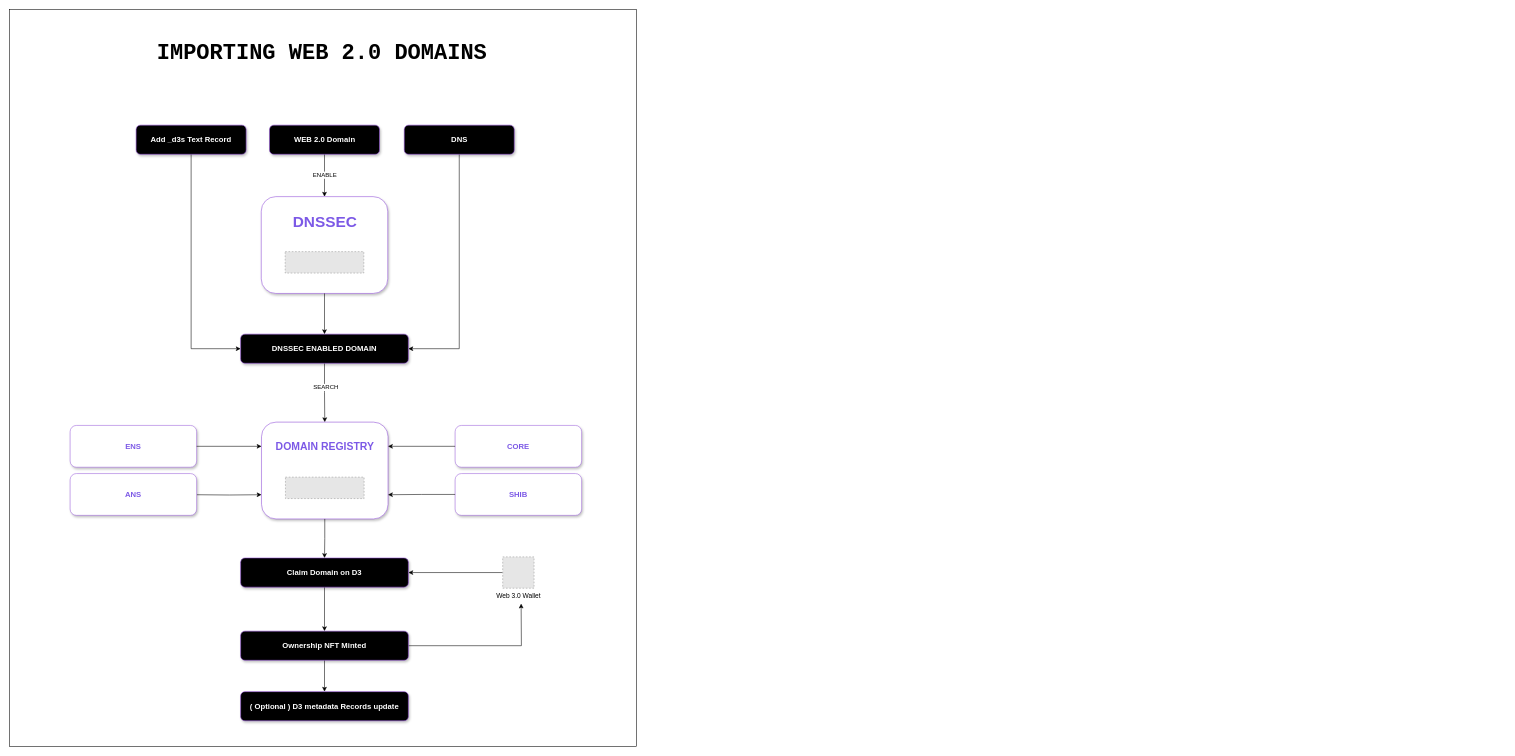
Earlier version of the draw.io diagram D2-flowcharts.drawio (ali-05-ahmed/Concept-Diagrams). Source tidied: cells renumbered, new cells numbered last; positions are measured from the earlier drawing's top-left corner, leaving out a move shared by most shapes. Both pictures are drawn from the tidied source at 55%, with x=0, y=0 at pixel (9, 9). Pictures stored in the file or linked from it are replaced by grey dashed boxes.
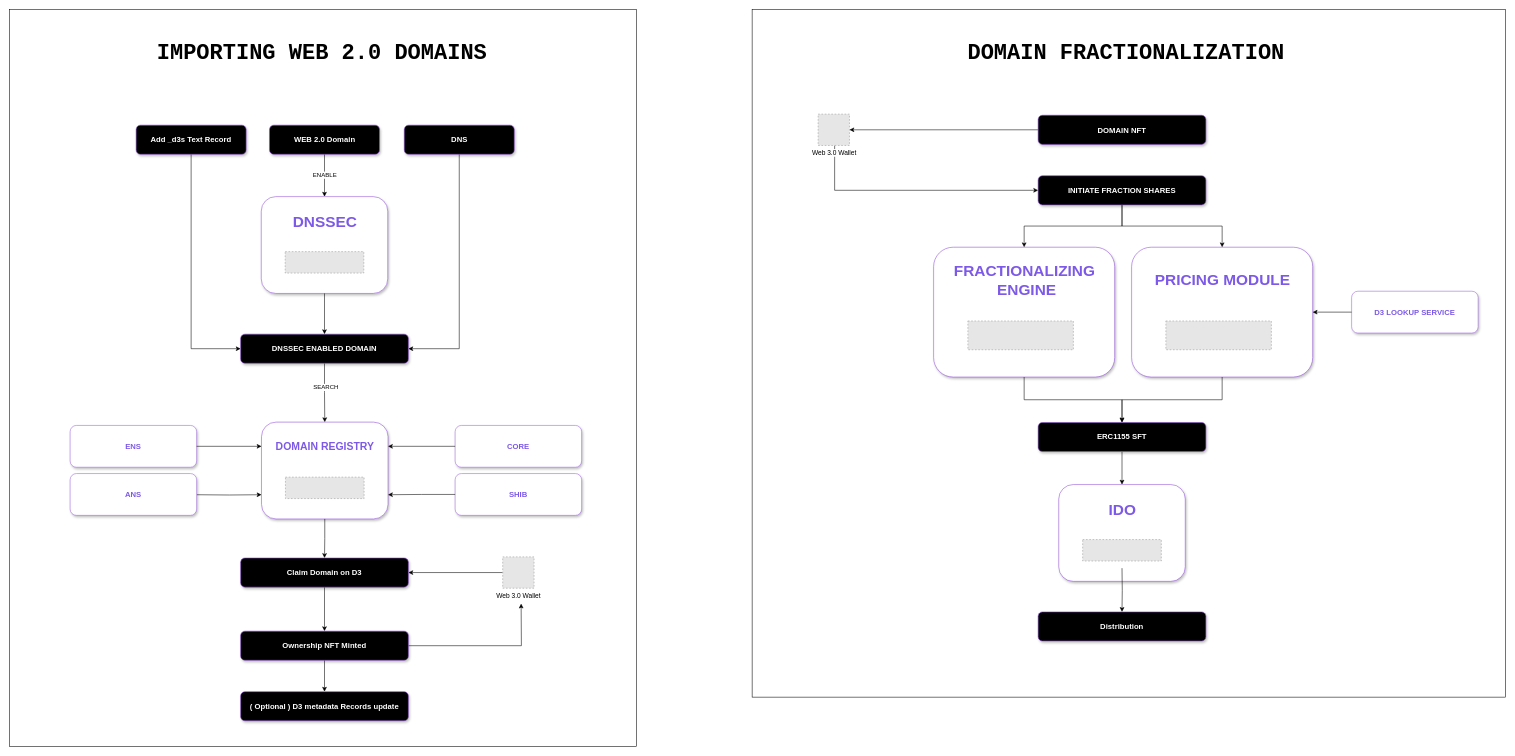
The same diagram, later.

The edit, as a diff of the source:
```diff
@@
+    <mxCell id="44" style="rounded=0;whiteSpace=wrap;html=1;" parent="1" vertex="1">
+      <mxGeometry x="1350" width="1370" height="1250" as="geometry" />
+    </mxCell>
@@
+    <mxCell id="45" style="group;fillColor=none;strokeColor=none;" parent="1" vertex="1">
+      <mxGeometry x="1680" y="432" width="365" height="236" as="geometry" />
+    </mxCell>
+    <mxCell id="46" style="rounded=1;whiteSpace=wrap;html=1;fillColor=default;strokeColor=light-dark(#924ddb, #ededed);labelBorderColor=none;fontColor=#FFFFFF;shadow=1;gradientColor=none;" parent="45" vertex="1">
+      <mxGeometry width="329.2" height="236" as="geometry" />
+    </mxCell>
+    <mxCell id="47" value="&lt;font style=&quot;font-size: 28px; color: light-dark(rgb(124, 89, 230), rgb(237, 237, 237));&quot;&gt;&lt;b&gt;FRACTIONALIZING&lt;br&gt;&amp;nbsp;ENGINE&lt;/b&gt;&lt;/font&gt;" style="text;html=1;align=center;verticalAlign=middle;strokeColor=none;fillColor=none;" parent="45" vertex="1">
+      <mxGeometry x="24.6" y="20" width="280" height="80" as="geometry" />
+    </mxCell>
+    <mxCell id="48" style="fillColor=#E6E6E6;strokeColor=#999999;dashed=1;verticalLabelPosition=bottom;labelBackgroundColor=default;verticalAlign=top;" parent="45" vertex="1">
+      <mxGeometry x="62.3" y="134.1" width="191.8" height="52.3" as="geometry" />
+    </mxCell>
+    <mxCell id="49" style="edgeStyle=orthogonalEdgeStyle;rounded=0;jettySize=auto;html=1;entryX=0;entryY=0.5;entryDx=0;entryDy=0;" parent="1" edge="1" source="50" target="59">
+      <mxGeometry relative="1" as="geometry">
+        <Array as="points">
+          <mxPoint x="1500" y="329" />
+        </Array>
+      </mxGeometry>
+    </mxCell>
+    <mxCell id="50" value="Web 3.0 Wallet" style="fillColor=#E6E6E6;strokeColor=#999999;dashed=1;html=1;verticalAlign=top;verticalLabelPosition=bottom;labelBackgroundColor=#ffffff;" parent="1" vertex="1">
+      <mxGeometry x="1470" y="190" width="57" height="57" as="geometry" />
+    </mxCell>
+    <mxCell id="51" style="edgeStyle=orthogonalEdgeStyle;rounded=0;jettySize=auto;html=1;entryX=1;entryY=0.5;entryDx=0;entryDy=0;" parent="1" edge="1" source="52" target="50">
+      <mxGeometry relative="1" as="geometry" />
+    </mxCell>
+    <mxCell id="52" value="&lt;font style=&quot;font-size: 14px;&quot;&gt;&lt;b&gt;DOMAIN NFT&lt;/b&gt;&lt;/font&gt;" style="rounded=1;whiteSpace=wrap;html=1;gradientColor=light-dark(#924ddb, #ededed);fillColor=light-dark(#6865f0, #ededed);fontColor=#FFFFFF;shadow=1;strokeColor=light-dark(#934dda, #ededed);gradientDirection=west;" parent="1" vertex="1">
+      <mxGeometry x="1870" y="192" width="305" height="53" as="geometry" />
+    </mxCell>
+    <mxCell id="53" style="group;fillColor=none;strokeColor=none;" parent="1" vertex="1">
+      <mxGeometry x="2040" y="432" width="365" height="236" as="geometry" />
+    </mxCell>
+    <mxCell id="54" style="rounded=1;whiteSpace=wrap;html=1;fillColor=default;strokeColor=light-dark(#924ddb, #ededed);labelBorderColor=none;fontColor=#FFFFFF;shadow=1;gradientColor=none;" parent="53" vertex="1">
+      <mxGeometry width="329.2" height="236" as="geometry" />
+    </mxCell>
+    <mxCell id="55" value="&lt;font color=&quot;#7c59e6&quot;&gt;&lt;span style=&quot;font-size: 28px;&quot;&gt;&lt;b&gt;PRICING MODULE&lt;/b&gt;&lt;/span&gt;&lt;/font&gt;" style="text;html=1;align=center;verticalAlign=middle;strokeColor=none;fillColor=none;" parent="53" vertex="1">
+      <mxGeometry x="29.6" y="35" width="270" height="50" as="geometry" />
+    </mxCell>
+    <mxCell id="56" style="fillColor=#E6E6E6;strokeColor=#999999;dashed=1;verticalLabelPosition=bottom;labelBackgroundColor=default;verticalAlign=top;" parent="53" vertex="1">
+      <mxGeometry x="62.3" y="134.1" width="191.8" height="52.3" as="geometry" />
+    </mxCell>
+    <mxCell id="57" style="edgeStyle=orthogonalEdgeStyle;rounded=0;jettySize=auto;html=1;entryX=0.5;entryY=0;entryDx=0;entryDy=0;" parent="1" edge="1" source="59" target="46">
+      <mxGeometry relative="1" as="geometry" />
+    </mxCell>
+    <mxCell id="58" style="edgeStyle=orthogonalEdgeStyle;rounded=0;jettySize=auto;html=1;" parent="1" edge="1" source="59" target="54">
+      <mxGeometry relative="1" as="geometry" />
+    </mxCell>
+    <mxCell id="59" value="&lt;font style=&quot;font-size: 14px;&quot;&gt;&lt;b&gt;INITIATE FRACTION SHARES&lt;/b&gt;&lt;/font&gt;" style="rounded=1;whiteSpace=wrap;html=1;gradientColor=light-dark(#924ddb, #ededed);fillColor=light-dark(#6865f0, #ededed);fontColor=#FFFFFF;shadow=1;strokeColor=light-dark(#934dda, #ededed);gradientDirection=west;" parent="1" vertex="1">
+      <mxGeometry x="1870" y="302" width="305" height="53" as="geometry" />
+    </mxCell>
+    <mxCell id="60" style="edgeStyle=orthogonalEdgeStyle;rounded=0;jettySize=auto;html=1;entryX=0.5;entryY=0;entryDx=0;entryDy=0;" parent="1" edge="1" source="61" target="65">
+      <mxGeometry relative="1" as="geometry" />
+    </mxCell>
+    <mxCell id="61" value="&lt;font style=&quot;font-size: 14px;&quot;&gt;&lt;b&gt;ERC1155 SFT&lt;/b&gt;&lt;/font&gt;" style="rounded=1;whiteSpace=wrap;html=1;gradientColor=light-dark(#924ddb, #ededed);fillColor=light-dark(#6865f0, #ededed);fontColor=#FFFFFF;shadow=1;strokeColor=light-dark(#934dda, #ededed);gradientDirection=west;" parent="1" vertex="1">
+      <mxGeometry x="1870" y="750.5" width="305" height="53" as="geometry" />
+    </mxCell>
+    <mxCell id="62" style="edgeStyle=orthogonalEdgeStyle;rounded=0;jettySize=auto;html=1;" parent="1" edge="1" source="54" target="61">
+      <mxGeometry relative="1" as="geometry" />
+    </mxCell>
+    <mxCell id="63" style="edgeStyle=orthogonalEdgeStyle;rounded=0;jettySize=auto;html=1;" parent="1" edge="1" source="46" target="61">
+      <mxGeometry relative="1" as="geometry" />
+    </mxCell>
+    <mxCell id="64" style="group;fillColor=none;strokeColor=none;" parent="1" vertex="1">
+      <mxGeometry x="1907.5" y="863.5" width="230" height="176" as="geometry" />
+    </mxCell>
+    <mxCell id="65" style="rounded=1;whiteSpace=wrap;html=1;fillColor=default;strokeColor=light-dark(#924ddb, #ededed);labelBorderColor=none;fontColor=#FFFFFF;shadow=1;gradientColor=none;" parent="64" vertex="1">
+      <mxGeometry width="230" height="176" as="geometry" />
+    </mxCell>
+    <mxCell id="66" value="&lt;font style=&quot;font-size: 28px; color: light-dark(rgb(124, 89, 230), rgb(237, 237, 237));&quot;&gt;&lt;b&gt;IDO&lt;/b&gt;&lt;/font&gt;" style="text;html=1;align=center;verticalAlign=middle;strokeColor=none;fillColor=none;" parent="64" vertex="1">
+      <mxGeometry x="80" y="20" width="70" height="50" as="geometry" />
+    </mxCell>
+    <mxCell id="67" style="fillColor=#E6E6E6;strokeColor=#999999;dashed=1;verticalLabelPosition=bottom;labelBackgroundColor=default;verticalAlign=top;" parent="64" vertex="1">
+      <mxGeometry x="43.5" y="100" width="143" height="39" as="geometry" />
+    </mxCell>
+    <mxCell id="68" value="&lt;font style=&quot;font-size: 14px;&quot;&gt;&lt;b&gt;Distribution&lt;/b&gt;&lt;/font&gt;" style="rounded=1;whiteSpace=wrap;html=1;gradientColor=light-dark(#924ddb, #ededed);fillColor=light-dark(#6865f0, #ededed);fontColor=#FFFFFF;shadow=1;strokeColor=light-dark(#934dda, #ededed);gradientDirection=west;" parent="1" vertex="1">
+      <mxGeometry x="1870" y="1095" width="305" height="53" as="geometry" />
+    </mxCell>
+    <mxCell id="69" style="edgeStyle=orthogonalEdgeStyle;rounded=0;jettySize=auto;html=1;entryX=0.5;entryY=0;entryDx=0;entryDy=0;" parent="1" edge="1" target="68">
+      <mxGeometry relative="1" as="geometry">
+        <mxPoint x="2022.5" y="1015.5" as="sourcePoint" />
+      </mxGeometry>
+    </mxCell>
+    <mxCell id="70" value="&lt;h1 style=&quot;margin-top: 0px;&quot;&gt;&lt;font style=&quot;font-size: 40px;&quot;&gt;DOMAIN FRACTIONALIZATION&lt;/font&gt;&lt;/h1&gt;" style="text;html=1;whiteSpace=wrap;overflow=hidden;rounded=0;fontFamily=Courier New;fontStyle=1;" parent="1" vertex="1">
+      <mxGeometry x="1740" y="50" width="613.8" height="60" as="geometry" />
+    </mxCell>
+    <mxCell id="71" style="group;fillColor=none;" parent="1" vertex="1">
+      <mxGeometry x="2440" y="512" width="230" height="76" as="geometry" />
+    </mxCell>
+    <mxCell id="72" value="&lt;span&gt;&lt;b style=&quot;&quot;&gt;&lt;font style=&quot;font-size: 14px; color: light-dark(rgb(124, 89, 230), rgb(255, 125, 125));&quot;&gt;D3 LOOKUP SERVICE&lt;/font&gt;&lt;/b&gt;&lt;/span&gt;" style="rounded=1;whiteSpace=wrap;html=1;fillColor=#FFFFFF;strokeColor=light-dark(#a066de, #ededed);labelBorderColor=none;fontColor=#FFFFFF;shadow=1;" parent="71" vertex="1">
+      <mxGeometry width="230" height="76" as="geometry" />
+    </mxCell>
+    <mxCell id="73" style="edgeStyle=orthogonalEdgeStyle;rounded=0;jettySize=auto;html=1;entryX=1;entryY=0.5;entryDx=0;entryDy=0;" parent="1" edge="1" source="72" target="54">
+      <mxGeometry relative="1" as="geometry" />
+    </mxCell>
```
